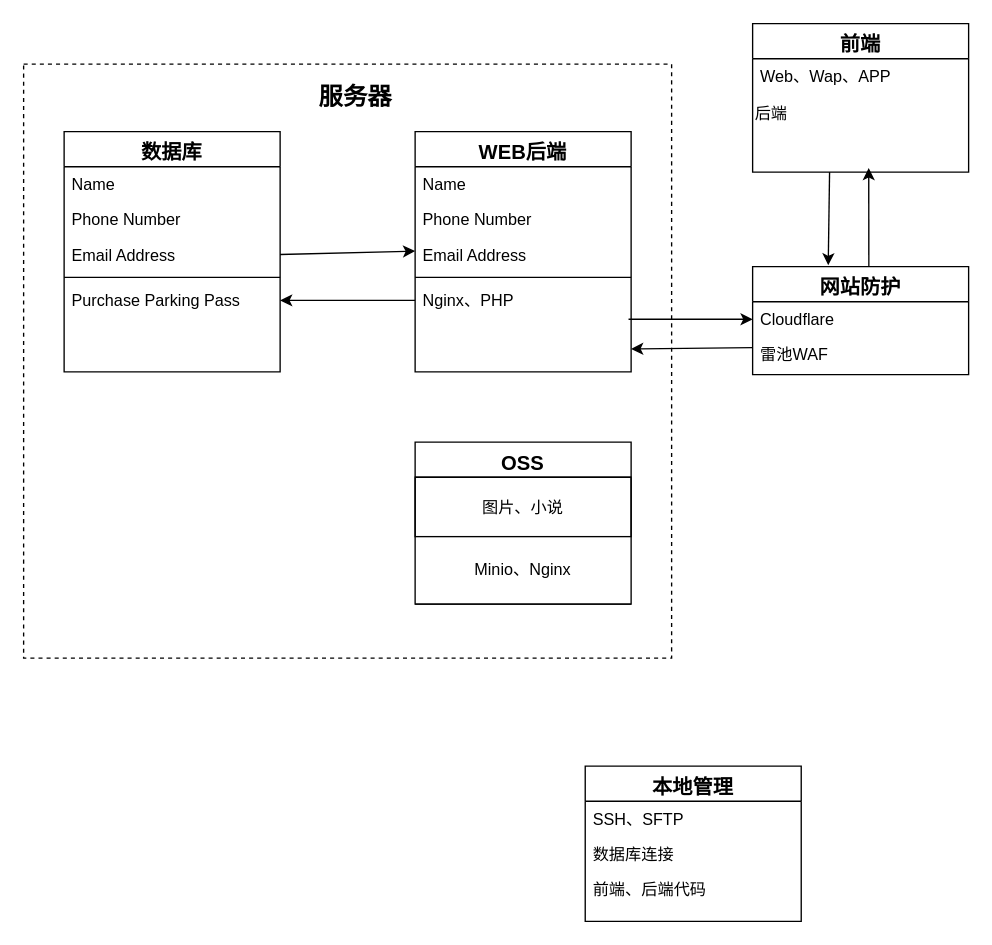
Above: 服务器流程.drawio in yanying09/drawio (draw.io), before the change. Source tidied: cells renumbered, new cells numbered last; positions are measured from the earlier drawing's top-left corner, leaving out a move shared by most shapes. Both pictures are drawn from the tidied source at 135%, with x=0, y=0 at pixel (23, 23).
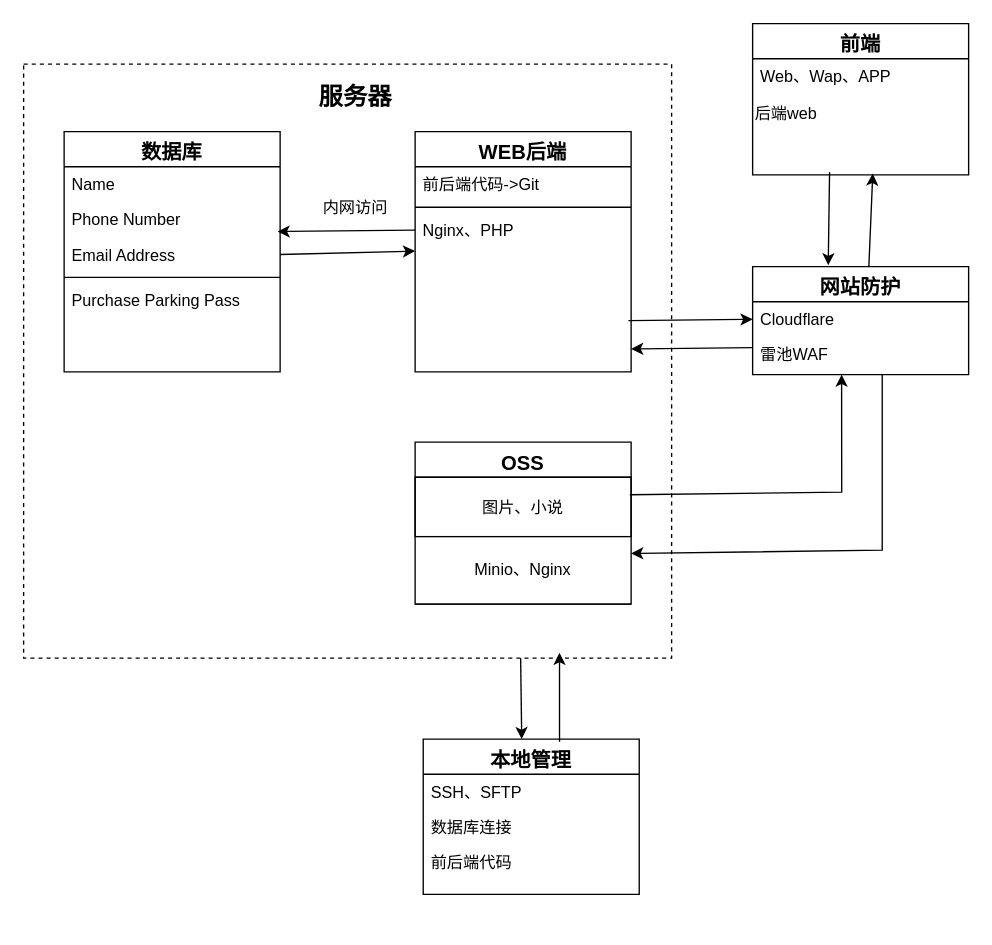
The same page after the edit.

Commit message:
更新服务器流程.drawio

The change refers to these unchanged cells:
```xml
<mxCell id="2" style="rounded=0;whiteSpace=wrap;html=1;fillColor=none;dashed=1;" parent="1" vertex="1">
  <mxGeometry y="30" width="480" height="440" as="geometry" />
</mxCell>
<mxCell id="3" value="WEB后端" style="swimlane;fontStyle=1;align=center;verticalAlign=top;horizontal=1;startSize=26;rounded=0;shadow=0;strokeWidth=1;fontSize=15;" parent="1" vertex="1">
  <mxGeometry x="290" y="80" width="160" height="178" as="geometry" />
</mxCell>
<mxCell id="13" value="图片、小说" style="text;align=center;verticalAlign=middle;spacingLeft=4;spacingRight=4;overflow=hidden;points=[[0,0.5],[1,0.5]];portConstraint=eastwest;fillColor=none;strokeColor=default;spacingTop=0;" parent="12" vertex="1">
  <mxGeometry y="26" width="160" height="44" as="geometry" />
</mxCell>
<mxCell id="15" value="Minio、Nginx" style="text;strokeColor=none;align=center;fillColor=none;html=1;verticalAlign=middle;whiteSpace=wrap;rounded=0;" parent="12" vertex="1">
  <mxGeometry y="70" width="160" height="50" as="geometry" />
</mxCell>
<mxCell id="19" value="Phone Number" style="text;align=left;verticalAlign=top;spacingLeft=4;spacingRight=4;overflow=hidden;points=[[0,0.5],[1,0.5]];portConstraint=eastwest;rounded=0;shadow=0;html=0;" parent="17" vertex="1">
  <mxGeometry y="52" width="160" height="26" as="geometry" />
</mxCell>
<mxCell id="22" value="Purchase Parking Pass" style="text;align=left;verticalAlign=top;spacingLeft=4;spacingRight=4;overflow=hidden;points=[[0,0.5],[1,0.5]];portConstraint=eastwest;" parent="17" vertex="1">
  <mxGeometry y="112" width="160" height="26" as="geometry" />
</mxCell>
<mxCell id="27" value="Cloudflare" style="text;align=left;verticalAlign=top;spacingLeft=4;spacingRight=4;overflow=hidden;points=[[0,0.5],[1,0.5]];portConstraint=eastwest;" parent="26" vertex="1">
  <mxGeometry y="26" width="160" height="26" as="geometry" />
</mxCell>
```

Change to the diagram source:
```diff
@@
-    <mxCell id="4" value="Name" style="text;align=left;verticalAlign=top;spacingLeft=4;spacingRight=4;overflow=hidden;" parent="3" vertex="1">
+    <mxCell id="4" value="前后端代码-&gt;Git" style="text;align=left;verticalAlign=top;spacingLeft=4;spacingRight=4;overflow=hidden;" parent="3" vertex="1">
       <mxGeometry y="26" width="160" height="26" as="geometry" />
     </mxCell>
-    <mxCell id="5" value="Phone Number" style="text;align=left;verticalAlign=top;spacingLeft=4;spacingRight=4;overflow=hidden;rounded=0;shadow=0;html=0;" parent="3" vertex="1">
-      <mxGeometry y="52" width="160" height="26" as="geometry" />
-    </mxCell>
-    <mxCell id="6" value="Email Address" style="text;align=left;verticalAlign=top;spacingLeft=4;spacingRight=4;overflow=hidden;rounded=0;shadow=0;html=0;" parent="3" vertex="1">
-      <mxGeometry y="78" width="160" height="26" as="geometry" />
-    </mxCell>
     <mxCell id="7" style="line;html=1;strokeWidth=1;align=left;verticalAlign=middle;spacingTop=-1;spacingLeft=3;spacingRight=3;labelPosition=right;" parent="3" vertex="1">
-      <mxGeometry y="104" width="160" height="8" as="geometry" />
+      <mxGeometry y="52" width="160" height="8" as="geometry" />
     </mxCell>
     <mxCell id="8" value="Nginx、PHP" style="text;align=left;verticalAlign=top;spacingLeft=4;spacingRight=4;overflow=hidden;points=[[0,0.5],[1,0.5]];portConstraint=eastwest;" parent="3" vertex="1">
-      <mxGeometry y="112" width="160" height="26" as="geometry" />
+      <mxGeometry y="60" width="160" height="26" as="geometry" />
     </mxCell>
     <mxCell id="9" value="前端" style="swimlane;fontStyle=1;align=center;verticalAlign=top;horizontal=1;startSize=26;rounded=0;shadow=0;strokeWidth=1;fontSize=15;" parent="1" vertex="1">
-      <mxGeometry x="540" width="160" height="110" as="geometry" />
+      <mxGeometry x="540" width="160" height="112" as="geometry" />
     </mxCell>
@@
-    <mxCell id="11" value="后端" style="text;strokeColor=none;align=left;fillColor=none;html=1;verticalAlign=middle;whiteSpace=wrap;rounded=0;" parent="9" vertex="1">
+    <mxCell id="11" value="后端web" style="text;strokeColor=none;align=left;fillColor=none;html=1;verticalAlign=middle;whiteSpace=wrap;rounded=0;" parent="9" vertex="1">
       <mxGeometry y="52" width="160" height="30" as="geometry" />
     </mxCell>
@@
-    <mxCell id="24" style="endArrow=classic;html=1;rounded=0;entryX=1;entryY=0.5;entryDx=0;entryDy=0;exitX=0;exitY=0.5;exitDx=0;exitDy=0;" parent="1" edge="1" source="8" target="22">
+    <mxCell id="24" style="endArrow=classic;html=1;rounded=0;entryX=0.988;entryY=0.846;entryDx=0;entryDy=0;exitX=0;exitY=0.5;exitDx=0;exitDy=0;entryPerimeter=0;" parent="1" edge="1" source="8" target="19">
       <mxGeometry relative="1" as="geometry" />
     </mxCell>
@@
     <mxCell id="29" value="本地管理" style="swimlane;fontStyle=1;align=center;verticalAlign=top;horizontal=1;startSize=26;rounded=0;shadow=0;strokeWidth=1;fontSize=15;" parent="1" vertex="1">
-      <mxGeometry x="416" y="550" width="160" height="115" as="geometry" />
+      <mxGeometry x="296" y="530" width="160" height="115" as="geometry" />
     </mxCell>
@@
-    <mxCell id="32" value="前端、后端代码" style="text;align=left;verticalAlign=top;spacingLeft=4;spacingRight=4;overflow=hidden;rounded=0;shadow=0;html=0;" parent="29" vertex="1">
+    <mxCell id="32" value="前后端代码" style="text;align=left;verticalAlign=top;spacingLeft=4;spacingRight=4;overflow=hidden;rounded=0;shadow=0;html=0;" parent="29" vertex="1">
       <mxGeometry y="78" width="160" height="26" as="geometry" />
     </mxCell>
-    <mxCell id="33" style="endArrow=classic;html=1;rounded=0;exitX=0.988;exitY=1.038;exitDx=0;exitDy=0;entryX=0;entryY=0.5;entryDx=0;entryDy=0;exitPerimeter=0;" parent="1" edge="1" source="8" target="27">
-      <mxGeometry relative="1" as="geometry" />
+    <mxCell id="33" style="endArrow=classic;html=1;rounded=0;entryX=0;entryY=0.5;entryDx=0;entryDy=0;" parent="1" edge="1" target="27">
+      <mxGeometry relative="1" as="geometry">
+        <mxPoint x="448" y="220" as="sourcePoint" />
+      </mxGeometry>
     </mxCell>
@@
-    <mxCell id="35" style="endArrow=classic;html=1;rounded=0;exitX=0.663;exitY=0.038;exitDx=0;exitDy=0;exitPerimeter=0;" parent="1" edge="1">
+    <mxCell id="35" style="endArrow=classic;html=1;rounded=0;exitX=0.663;exitY=0.038;exitDx=0;exitDy=0;exitPerimeter=0;entryX=0.556;entryY=0.967;entryDx=0;entryDy=0;entryPerimeter=0;" parent="1" edge="1">
       <mxGeometry relative="1" as="geometry">
         <mxPoint x="626.1" y="180" as="sourcePoint" />
-        <mxPoint x="626" y="107" as="targetPoint" />
+        <mxPoint x="629" y="111" as="targetPoint" />
       </mxGeometry>
     </mxCell>
+    <mxCell id="36" style="endArrow=classic;html=1;rounded=0;entryX=0.556;entryY=1.192;entryDx=0;entryDy=0;entryPerimeter=0;exitX=0.994;exitY=0.295;exitDx=0;exitDy=0;exitPerimeter=0;" parent="1" edge="1" source="13">
+      <mxGeometry relative="1" as="geometry">
+        <mxPoint x="605.9" y="260" as="targetPoint" />
+        <Array as="points">
+          <mxPoint x="606" y="347" />
+        </Array>
+      </mxGeometry>
+    </mxCell>
+    <mxCell id="37" style="endArrow=classic;html=1;rounded=0;entryX=1;entryY=0.25;entryDx=0;entryDy=0;" parent="1" edge="1" target="15">
+      <mxGeometry relative="1" as="geometry">
+        <mxPoint x="636" y="260" as="sourcePoint" />
+        <Array as="points">
+          <mxPoint x="636" y="390" />
+        </Array>
+      </mxGeometry>
+    </mxCell>
+    <mxCell id="38" value="内网访问" style="text;strokeColor=none;align=center;fillColor=none;html=1;verticalAlign=middle;whiteSpace=wrap;rounded=0;" parent="1" vertex="1">
+      <mxGeometry x="216" y="122" width="60" height="30" as="geometry" />
+    </mxCell>
+    <mxCell id="39" style="endArrow=classic;html=1;rounded=0;exitX=0.631;exitY=0.017;exitDx=0;exitDy=0;exitPerimeter=0;entryX=0.827;entryY=0.991;entryDx=0;entryDy=0;entryPerimeter=0;" parent="1" edge="1" source="29" target="2">
+      <mxGeometry relative="1" as="geometry" />
+    </mxCell>
+    <mxCell id="40" style="endArrow=classic;html=1;rounded=0;exitX=0.767;exitY=1;exitDx=0;exitDy=0;exitPerimeter=0;entryX=0.456;entryY=0;entryDx=0;entryDy=0;entryPerimeter=0;" parent="1" edge="1" source="2" target="29">
+      <mxGeometry relative="1" as="geometry" />
+    </mxCell>
```
